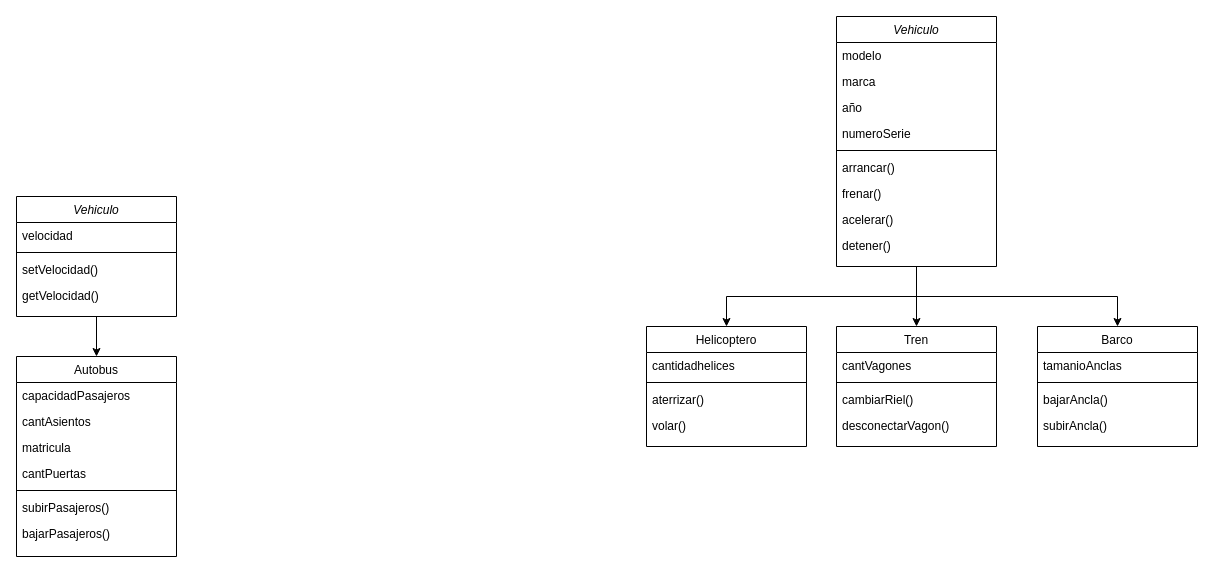
Before: vehiculo.drawio in monick96/diagramasVarios, a draw.io diagram. Source tidied: cells renumbered, new cells numbered last; positions are measured from the earlier drawing's top-left corner, leaving out a move shared by most shapes. Both pictures are drawn from the tidied source at 100%, with x=0, y=0 at pixel (16, 16).
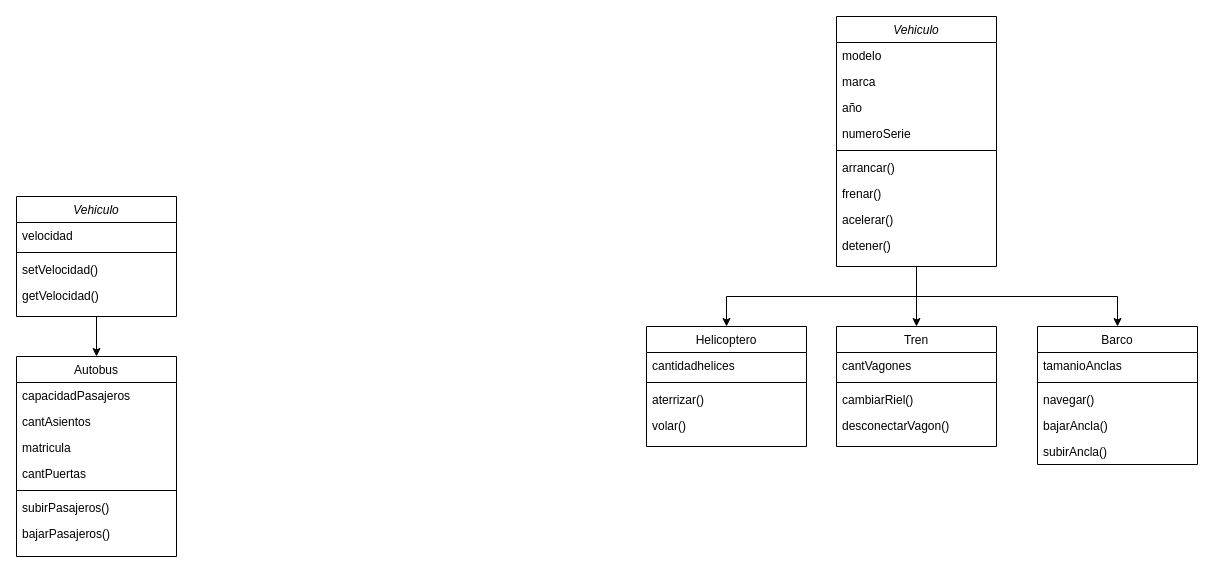
The same diagram, later.

Change to the diagram source:
```diff
@@
     <mxCell id="39" value="Barco" style="swimlane;fontStyle=0;align=center;verticalAlign=top;horizontal=1;startSize=26;rounded=0;shadow=0;strokeWidth=1;" parent="1" vertex="1">
-      <mxGeometry x="1021" y="310" width="160" height="120" as="geometry" />
+      <mxGeometry x="1021" y="310" width="160" height="138" as="geometry" />
     </mxCell>
@@
+    <mxCell id="44" value="navegar()" style="text;align=left;verticalAlign=top;spacingLeft=4;spacingRight=4;overflow=hidden;fontStyle=0;" parent="39" vertex="1">
+      <mxGeometry y="60" width="160" height="26" as="geometry" />
+    </mxCell>
     <mxCell id="42" value="bajarAncla()" style="text;align=left;verticalAlign=top;spacingLeft=4;spacingRight=4;overflow=hidden;fontStyle=0;" parent="39" vertex="1">
-      <mxGeometry y="60" width="160" height="26" as="geometry" />
+      <mxGeometry y="86" width="160" height="26" as="geometry" />
     </mxCell>
     <mxCell id="43" value="subirAncla()" style="text;align=left;verticalAlign=top;spacingLeft=4;spacingRight=4;overflow=hidden;" parent="39" vertex="1">
-      <mxGeometry y="86" width="160" height="26" as="geometry" />
+      <mxGeometry y="112" width="160" height="26" as="geometry" />
     </mxCell>
```
